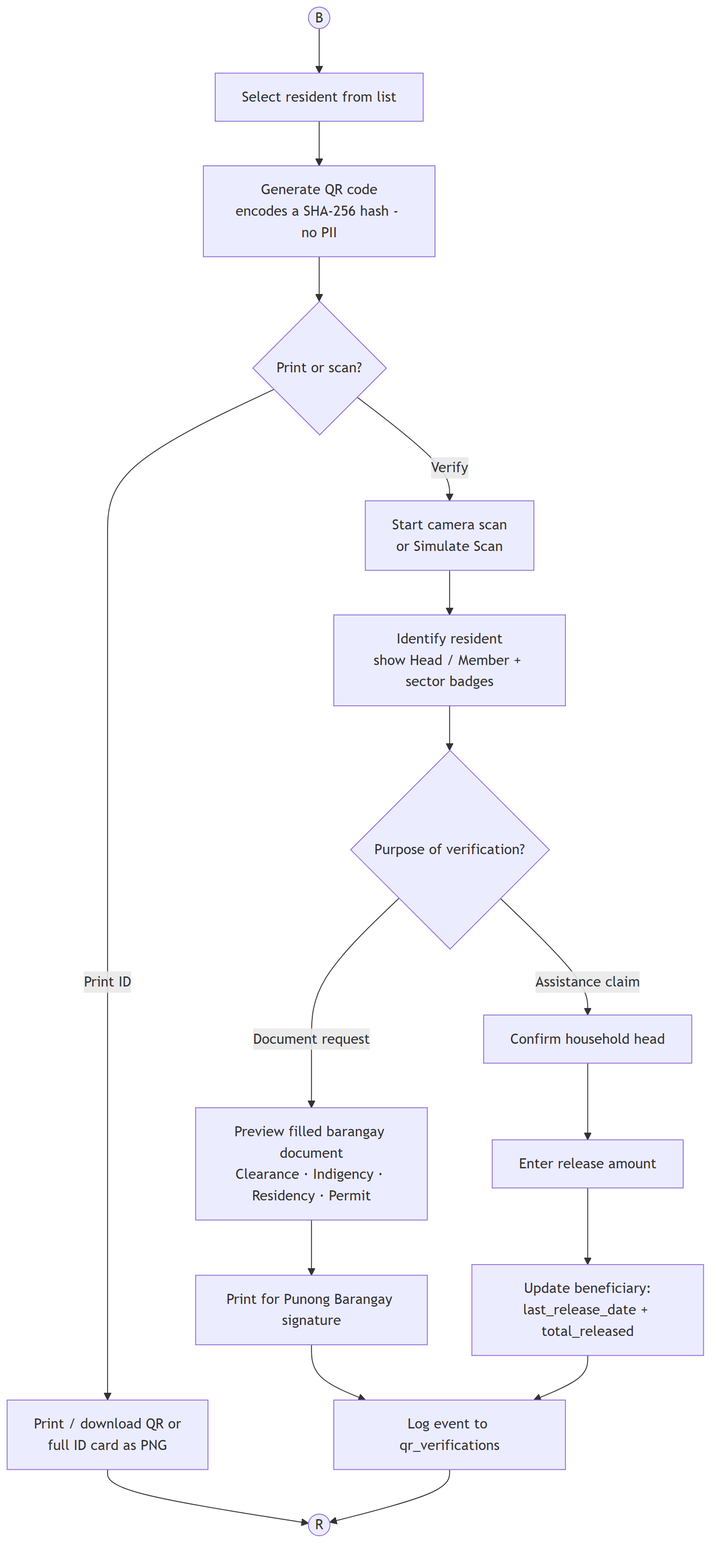
KellyEspera/protect keeps this Mermaid diagram as diagrams/modules/qr_verification.png. Above is the earlier version. Its source is kept beside it as diagrams/modules/qr_verification.mmd.
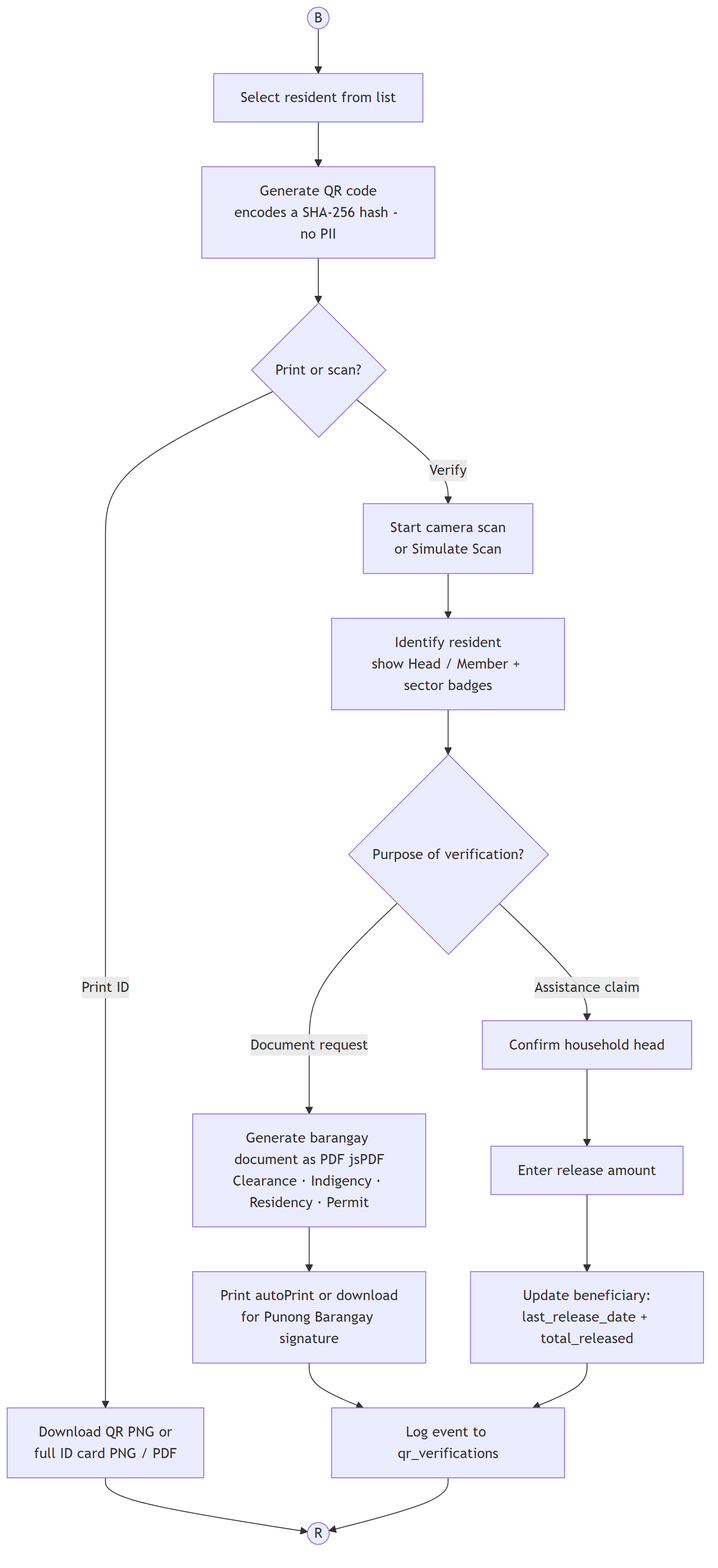
After the commit.

What changed in the source:
```diff
@@ -3,14 +3,14 @@
     Sel --> Gen[Generate QR code<br/>encodes a SHA-256 hash - no PII]
     Gen --> Card{Print or scan?}
 
-    Card -- Print ID --> Print[Print / download QR or<br/>full ID card as PNG]
+    Card -- Print ID --> Print[Download QR PNG or<br/>full ID card PNG / PDF]
     Card -- Verify --> Scan[Start camera scan<br/>or Simulate Scan]
 
     Scan --> Found[Identify resident<br/>show Head / Member + sector badges]
     Found --> Purpose{Purpose of verification?}
 
-    Purpose -- "Document request" --> Doc[Preview filled barangay document<br/>Clearance · Indigency · Residency · Permit]
-    Doc --> DocPrint[Print for Punong Barangay signature]
+    Purpose -- "Document request" --> Doc[Generate barangay document as PDF jsPDF<br/>Clearance · Indigency · Residency · Permit]
+    Doc --> DocPrint[Print autoPrint or download<br/>for Punong Barangay signature]
     DocPrint --> Log
 
     Purpose -- "Assistance claim" --> Verify[Confirm household head]
```
